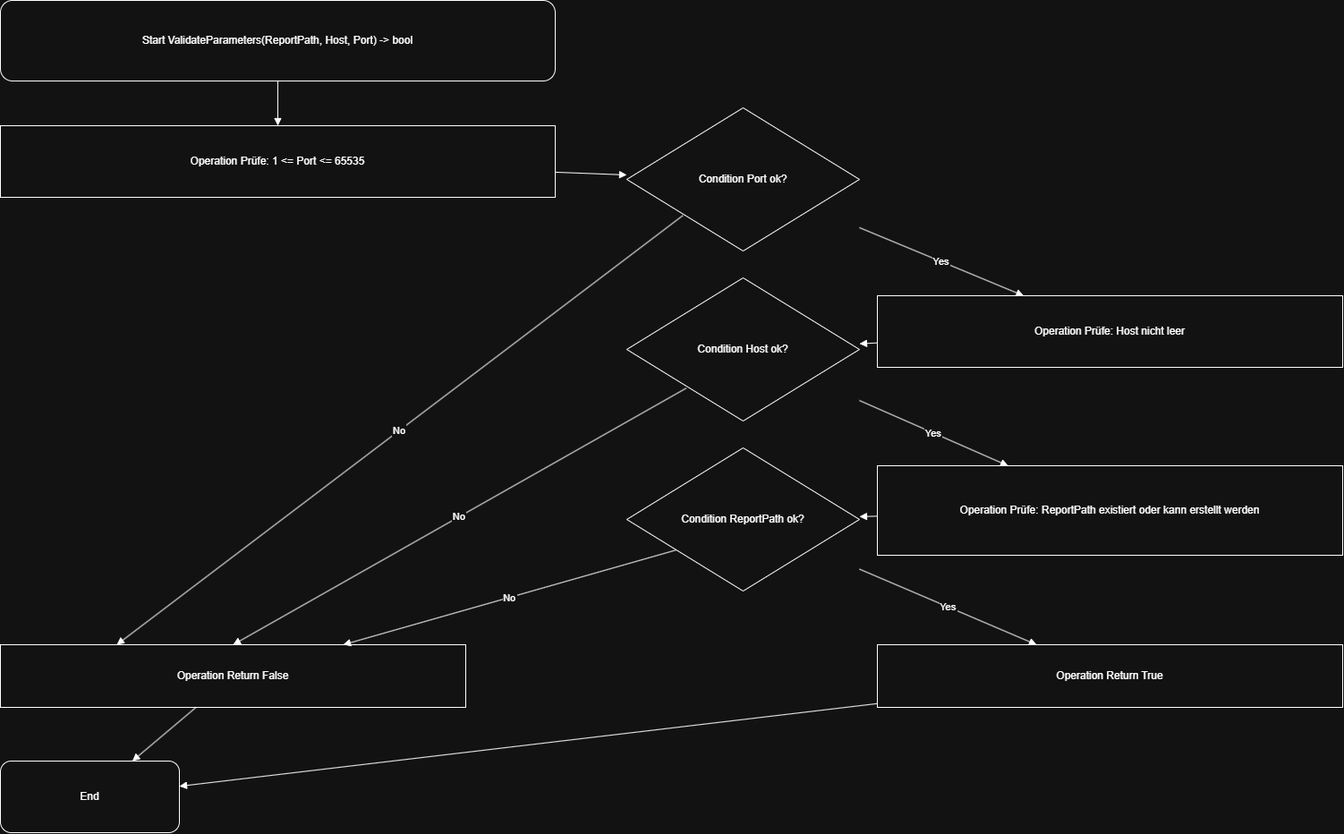
Above: docs/flowchart/WinSecureCheck_FUNCTIONS-ValidateParameters().drawio.png in ZensykU2/ProjektM431_M122 (draw.io), before the change. Source tidied: cells renumbered, new cells last; positions are measured from the earlier drawing's top-left corner, leaving out a move shared by most shapes. The source it was exported from:
```xml
<mxGraphModel>
  <root>
    <mxCell id="0" />
    <mxCell id="1" parent="0" />
    <mxCell id="2" value="Start ValidateParameters(ReportPath, Host, Port) -&gt; bool" style="shape=terminator;whiteSpace=wrap;html=0;align=center;verticalAlign=middle;rounded=1;" parent="1" vertex="1">
      <mxGeometry width="620" height="90" as="geometry" />
    </mxCell>
    <mxCell id="3" value="Operation Prüfe: 1 &lt;= Port &lt;= 65535" style="shape=rectangle;whiteSpace=wrap;html=0;align=center;verticalAlign=middle;" parent="1" vertex="1">
      <mxGeometry y="140" width="620" height="80" as="geometry" />
    </mxCell>
    <mxCell id="4" value="Condition Port ok?" style="shape=rhombus;whiteSpace=wrap;html=0;align=center;verticalAlign=middle;" parent="1" vertex="1">
      <mxGeometry x="700" y="120" width="260" height="160" as="geometry" />
    </mxCell>
    <mxCell id="5" value="Operation Prüfe: Host nicht leer" style="shape=rectangle;whiteSpace=wrap;html=0;align=center;verticalAlign=middle;" parent="1" vertex="1">
      <mxGeometry x="980" y="330" width="520" height="80" as="geometry" />
    </mxCell>
    <mxCell id="6" value="Condition Host ok?" style="shape=rhombus;whiteSpace=wrap;html=0;align=center;verticalAlign=middle;" parent="1" vertex="1">
      <mxGeometry x="700" y="310" width="260" height="160" as="geometry" />
    </mxCell>
    <mxCell id="7" value="Operation Prüfe: ReportPath existiert oder kann erstellt werden" style="shape=rectangle;whiteSpace=wrap;html=0;align=center;verticalAlign=middle;" parent="1" vertex="1">
      <mxGeometry x="980" y="520" width="520" height="100" as="geometry" />
    </mxCell>
    <mxCell id="8" value="Condition ReportPath ok?" style="shape=rhombus;whiteSpace=wrap;html=0;align=center;verticalAlign=middle;" parent="1" vertex="1">
      <mxGeometry x="700" y="500" width="260" height="160" as="geometry" />
    </mxCell>
    <mxCell id="9" value="Operation Return False" style="shape=rectangle;whiteSpace=wrap;html=0;align=center;verticalAlign=middle;" parent="1" vertex="1">
      <mxGeometry y="720" width="520" height="70" as="geometry" />
    </mxCell>
    <mxCell id="10" value="Operation Return True" style="shape=rectangle;whiteSpace=wrap;html=0;align=center;verticalAlign=middle;" parent="1" vertex="1">
      <mxGeometry x="980" y="720" width="520" height="70" as="geometry" />
    </mxCell>
    <mxCell id="11" value="End" style="shape=terminator;whiteSpace=wrap;html=0;align=center;verticalAlign=middle;rounded=1;" parent="1" vertex="1">
      <mxGeometry y="850" width="200" height="80" as="geometry" />
    </mxCell>
    <mxCell id="12" style="endArrow=block;html=0;rounded=0;" parent="1" edge="1" source="2" target="3">
      <mxGeometry relative="1" as="geometry" />
    </mxCell>
    <mxCell id="13" style="endArrow=block;html=0;rounded=0;" parent="1" edge="1" source="3" target="4">
      <mxGeometry relative="1" as="geometry" />
    </mxCell>
    <mxCell id="14" value="No" style="endArrow=block;html=0;rounded=0;entryX=0.25;entryY=0;entryDx=0;entryDy=0;exitX=0.241;exitY=0.752;exitDx=0;exitDy=0;exitPerimeter=0;" parent="1" edge="1" source="4" target="9">
      <mxGeometry relative="1" as="geometry" />
    </mxCell>
    <mxCell id="15" value="Yes" style="endArrow=block;html=0;rounded=0;" parent="1" edge="1" source="4" target="5">
      <mxGeometry relative="1" as="geometry" />
    </mxCell>
    <mxCell id="16" style="endArrow=block;html=0;rounded=0;" parent="1" edge="1" source="5" target="6">
      <mxGeometry relative="1" as="geometry" />
    </mxCell>
    <mxCell id="17" value="No" style="endArrow=block;html=0;rounded=0;entryX=0.5;entryY=0;entryDx=0;entryDy=0;exitX=0.255;exitY=0.771;exitDx=0;exitDy=0;exitPerimeter=0;" parent="1" edge="1" source="6" target="9">
      <mxGeometry relative="1" as="geometry" />
    </mxCell>
    <mxCell id="18" value="Yes" style="endArrow=block;html=0;rounded=0;" parent="1" edge="1" source="6" target="7">
      <mxGeometry relative="1" as="geometry" />
    </mxCell>
    <mxCell id="19" style="endArrow=block;html=0;rounded=0;" parent="1" edge="1" source="7" target="8">
      <mxGeometry relative="1" as="geometry" />
    </mxCell>
    <mxCell id="20" value="No" style="endArrow=block;html=0;rounded=0;exitX=0.211;exitY=0.714;exitDx=0;exitDy=0;exitPerimeter=0;" parent="1" edge="1" source="8" target="9">
      <mxGeometry relative="1" as="geometry" />
    </mxCell>
    <mxCell id="21" value="Yes" style="endArrow=block;html=0;rounded=0;" parent="1" edge="1" source="8" target="10">
      <mxGeometry relative="1" as="geometry" />
    </mxCell>
    <mxCell id="22" style="endArrow=block;html=0;rounded=0;" parent="1" edge="1" source="9" target="11">
      <mxGeometry relative="1" as="geometry" />
    </mxCell>
    <mxCell id="23" style="endArrow=block;html=0;rounded=0;" parent="1" edge="1" source="10" target="11">
      <mxGeometry relative="1" as="geometry" />
    </mxCell>
  </root>
</mxGraphModel>
```
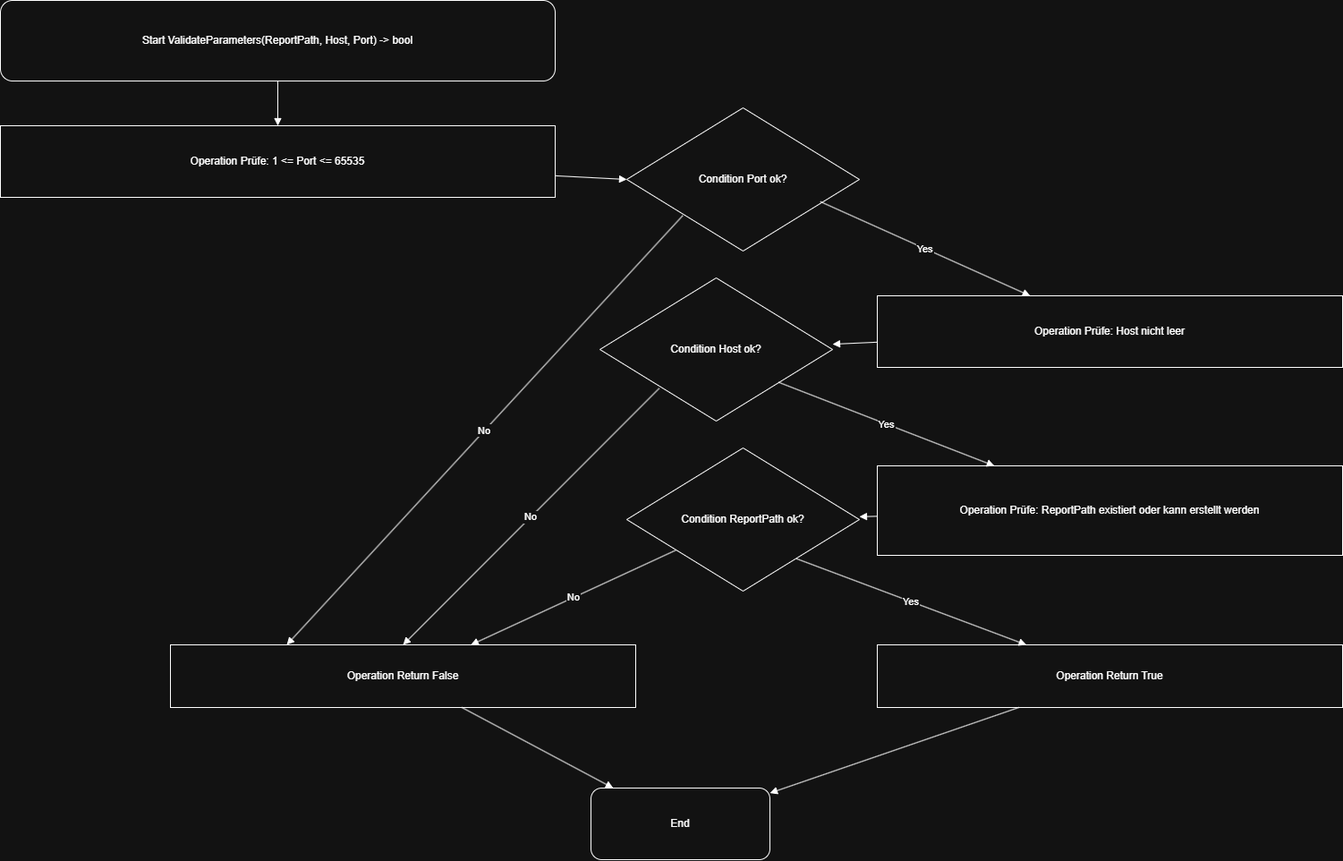
Above is the later version.

Diff of the diagram source:
```diff
@@ -15,7 +15,7 @@
       <mxGeometry x="980" y="330" width="520" height="80" as="geometry" />
     </mxCell>
     <mxCell id="6" value="Condition Host ok?" style="shape=rhombus;whiteSpace=wrap;html=0;align=center;verticalAlign=middle;" parent="1" vertex="1">
-      <mxGeometry x="700" y="310" width="260" height="160" as="geometry" />
+      <mxGeometry x="670" y="310" width="260" height="160" as="geometry" />
     </mxCell>
     <mxCell id="7" value="Operation Prüfe: ReportPath existiert oder kann erstellt werden" style="shape=rectangle;whiteSpace=wrap;html=0;align=center;verticalAlign=middle;" parent="1" vertex="1">
       <mxGeometry x="980" y="520" width="520" height="100" as="geometry" />
@@ -24,24 +24,24 @@
       <mxGeometry x="700" y="500" width="260" height="160" as="geometry" />
     </mxCell>
     <mxCell id="9" value="Operation Return False" style="shape=rectangle;whiteSpace=wrap;html=0;align=center;verticalAlign=middle;" parent="1" vertex="1">
-      <mxGeometry y="720" width="520" height="70" as="geometry" />
+      <mxGeometry x="190" y="720" width="520" height="70" as="geometry" />
     </mxCell>
     <mxCell id="10" value="Operation Return True" style="shape=rectangle;whiteSpace=wrap;html=0;align=center;verticalAlign=middle;" parent="1" vertex="1">
       <mxGeometry x="980" y="720" width="520" height="70" as="geometry" />
     </mxCell>
     <mxCell id="11" value="End" style="shape=terminator;whiteSpace=wrap;html=0;align=center;verticalAlign=middle;rounded=1;" parent="1" vertex="1">
-      <mxGeometry y="850" width="200" height="80" as="geometry" />
+      <mxGeometry x="660" y="880" width="200" height="80" as="geometry" />
     </mxCell>
     <mxCell id="12" style="endArrow=block;html=0;rounded=0;" parent="1" edge="1" source="2" target="3">
       <mxGeometry relative="1" as="geometry" />
     </mxCell>
-    <mxCell id="13" style="endArrow=block;html=0;rounded=0;" parent="1" edge="1" source="3" target="4">
+    <mxCell id="13" style="endArrow=block;html=0;rounded=0;entryX=0;entryY=0.5;entryDx=0;entryDy=0;" parent="1" edge="1" source="3" target="4">
       <mxGeometry relative="1" as="geometry" />
     </mxCell>
     <mxCell id="14" value="No" style="endArrow=block;html=0;rounded=0;entryX=0.25;entryY=0;entryDx=0;entryDy=0;exitX=0.241;exitY=0.752;exitDx=0;exitDy=0;exitPerimeter=0;" parent="1" edge="1" source="4" target="9">
       <mxGeometry relative="1" as="geometry" />
     </mxCell>
-    <mxCell id="15" value="Yes" style="endArrow=block;html=0;rounded=0;" parent="1" edge="1" source="4" target="5">
+    <mxCell id="15" value="Yes" style="endArrow=block;html=0;rounded=0;exitX=0.832;exitY=0.655;exitDx=0;exitDy=0;exitPerimeter=0;" parent="1" edge="1" source="4" target="5">
       <mxGeometry relative="1" as="geometry" />
     </mxCell>
     <mxCell id="16" style="endArrow=block;html=0;rounded=0;" parent="1" edge="1" source="5" target="6">
@@ -50,7 +50,7 @@
     <mxCell id="17" value="No" style="endArrow=block;html=0;rounded=0;entryX=0.5;entryY=0;entryDx=0;entryDy=0;exitX=0.255;exitY=0.771;exitDx=0;exitDy=0;exitPerimeter=0;" parent="1" edge="1" source="6" target="9">
       <mxGeometry relative="1" as="geometry" />
     </mxCell>
-    <mxCell id="18" value="Yes" style="endArrow=block;html=0;rounded=0;" parent="1" edge="1" source="6" target="7">
+    <mxCell id="18" value="Yes" style="endArrow=block;html=0;rounded=0;exitX=0.768;exitY=0.729;exitDx=0;exitDy=0;exitPerimeter=0;" parent="1" edge="1" source="6" target="7">
       <mxGeometry relative="1" as="geometry" />
     </mxCell>
     <mxCell id="19" style="endArrow=block;html=0;rounded=0;" parent="1" edge="1" source="7" target="8">
@@ -59,7 +59,7 @@
     <mxCell id="20" value="No" style="endArrow=block;html=0;rounded=0;exitX=0.211;exitY=0.714;exitDx=0;exitDy=0;exitPerimeter=0;" parent="1" edge="1" source="8" target="9">
       <mxGeometry relative="1" as="geometry" />
     </mxCell>
-    <mxCell id="21" value="Yes" style="endArrow=block;html=0;rounded=0;" parent="1" edge="1" source="8" target="10">
+    <mxCell id="21" value="Yes" style="endArrow=block;html=0;rounded=0;exitX=0.729;exitY=0.773;exitDx=0;exitDy=0;exitPerimeter=0;" parent="1" edge="1" source="8" target="10">
       <mxGeometry relative="1" as="geometry" />
     </mxCell>
     <mxCell id="22" style="endArrow=block;html=0;rounded=0;" parent="1" edge="1" source="9" target="11">
```
